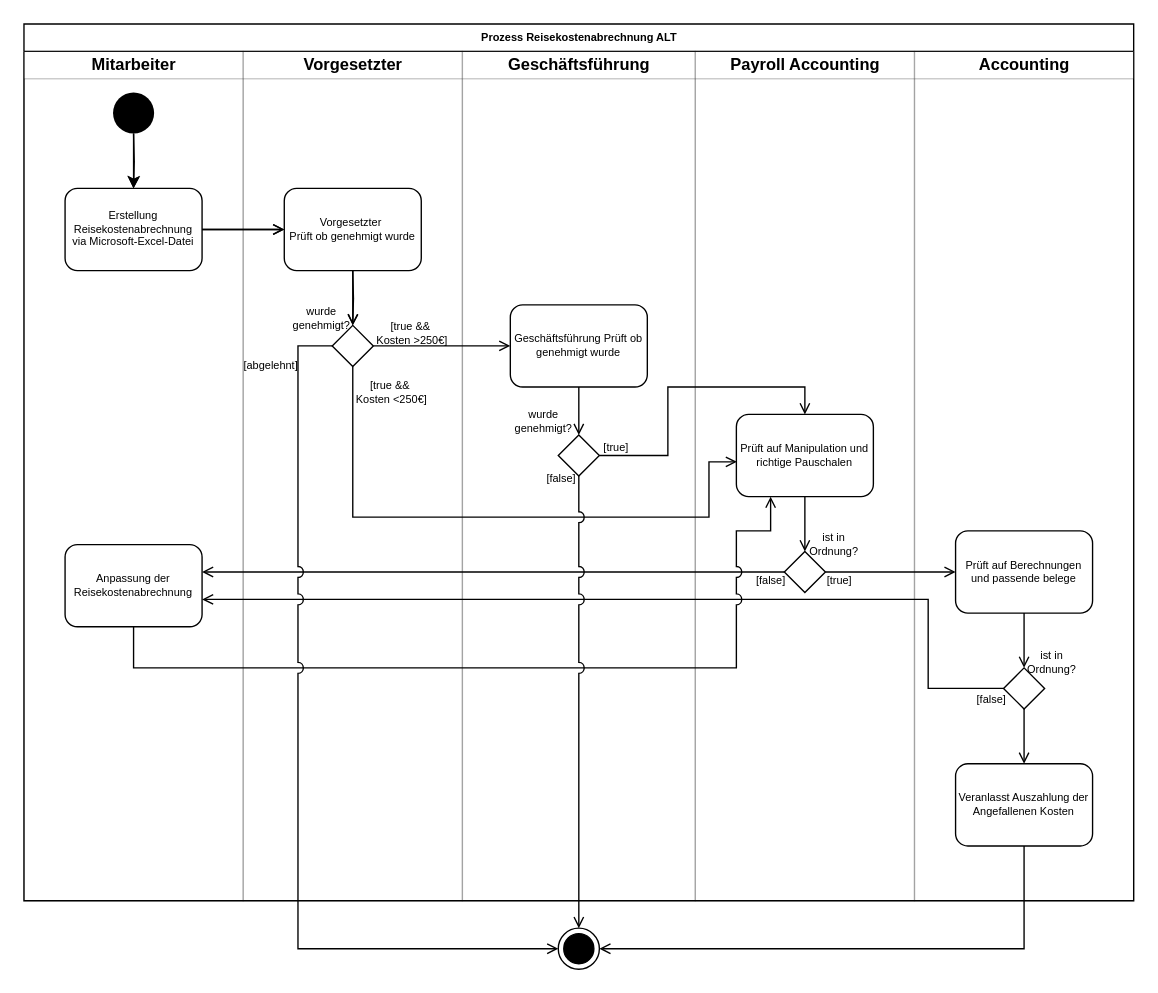
The draw.io diagram public/Prozess Reisekostenabrechnung ALT.drawio in RHoffmann21/Travel-Assistant, before the edit. Source tidied: cells renumbered, new cells numbered last; positions are measured from the earlier drawing's top-left corner, leaving out a move shared by most shapes. Both pictures are drawn from the tidied source at 137%, with x=0, y=0 at pixel (23, 23).
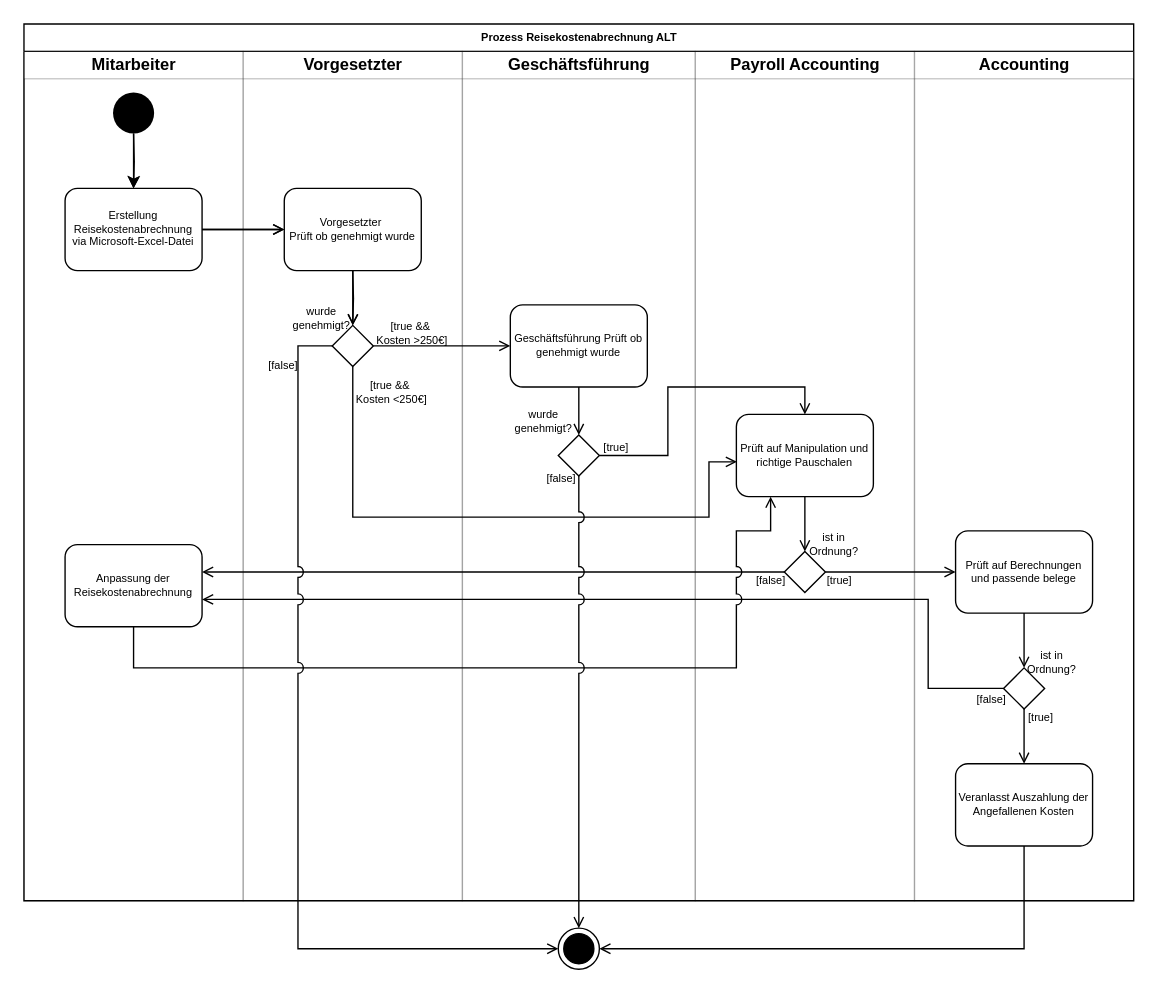
After the change.

The change refers to these unchanged cells:
```xml
<mxCell id="27" value="Accounting" style="swimlane;html=1;startSize=20;opacity=20;labelBackgroundColor=none;fontFamily=Arial;" parent="2" vertex="1">
  <mxGeometry x="650" y="20" width="160" height="620" as="geometry" />
</mxCell>
<mxCell id="33" style="rhombus;labelBackgroundColor=none;fontFamily=Arial;" parent="27" vertex="1">
  <mxGeometry x="65" y="450" width="30" height="30" as="geometry" />
</mxCell>
<mxCell id="35" value="Veranlasst Auszahlung der Angefallenen Kosten" style="rounded=1;whiteSpace=wrap;html=1;shadow=0;labelBackgroundColor=none;strokeWidth=1;fontFamily=Arial;fontSize=8;align=center;" parent="27" vertex="1">
  <mxGeometry x="30" y="520" width="100" height="60" as="geometry" />
</mxCell>
<mxCell id="49" style="edgeStyle=orthogonalEdgeStyle;rounded=0;jettySize=auto;html=1;fontSize=8;endArrow=open;endFill=0;jumpStyle=arc;jumpSize=8;labelBackgroundColor=none;fontFamily=Arial;" parent="1" edge="1" source="12" target="51">
  <mxGeometry relative="1" as="geometry">
    <Array as="points">
      <mxPoint x="200" y="235" />
      <mxPoint x="200" y="675" />
    </Array>
  </mxGeometry>
</mxCell>
```

Change to the diagram source:
```diff
@@
-    <mxCell id="32" style="edgeStyle=orthogonalEdgeStyle;rounded=0;sketch=0;jumpStyle=arc;jumpSize=8;jettySize=auto;html=1;shadow=0;labelBackgroundColor=none;labelBorderColor=none;strokeColor=default;strokeWidth=1;fontSize=8;endArrow=open;endFill=0;fontFamily=Arial;" parent="27" edge="1" source="33" target="35">
-      <mxGeometry relative="1" as="geometry" />
+    <mxCell id="32" value="[true]" style="edgeStyle=orthogonalEdgeStyle;rounded=0;sketch=0;jumpStyle=arc;jumpSize=8;jettySize=auto;html=1;shadow=0;labelBackgroundColor=none;labelBorderColor=none;strokeColor=default;strokeWidth=1;fontSize=8;endArrow=open;endFill=0;fontFamily=Arial;" parent="27" edge="1" source="33" target="35">
+      <mxGeometry x="-0.7" y="12" relative="1" as="geometry" />
     </mxCell>
@@
-    <mxCell id="50" value="[abgelehnt]" style="edgeLabel;html=1;align=center;verticalAlign=middle;fontSize=8;labelBackgroundColor=none;fontFamily=Arial;" parent="49" vertex="1">
+    <mxCell id="50" value="[false]" style="edgeLabel;html=1;align=center;verticalAlign=middle;fontSize=8;labelBackgroundColor=none;fontFamily=Arial;" parent="49" vertex="1">
       <mxGeometry x="-0.41" relative="1" as="geometry">
-        <mxPoint x="-21" y="-155" as="offset" />
+        <mxPoint x="-12" y="-155" as="offset" />
       </mxGeometry>
     </mxCell>
```
